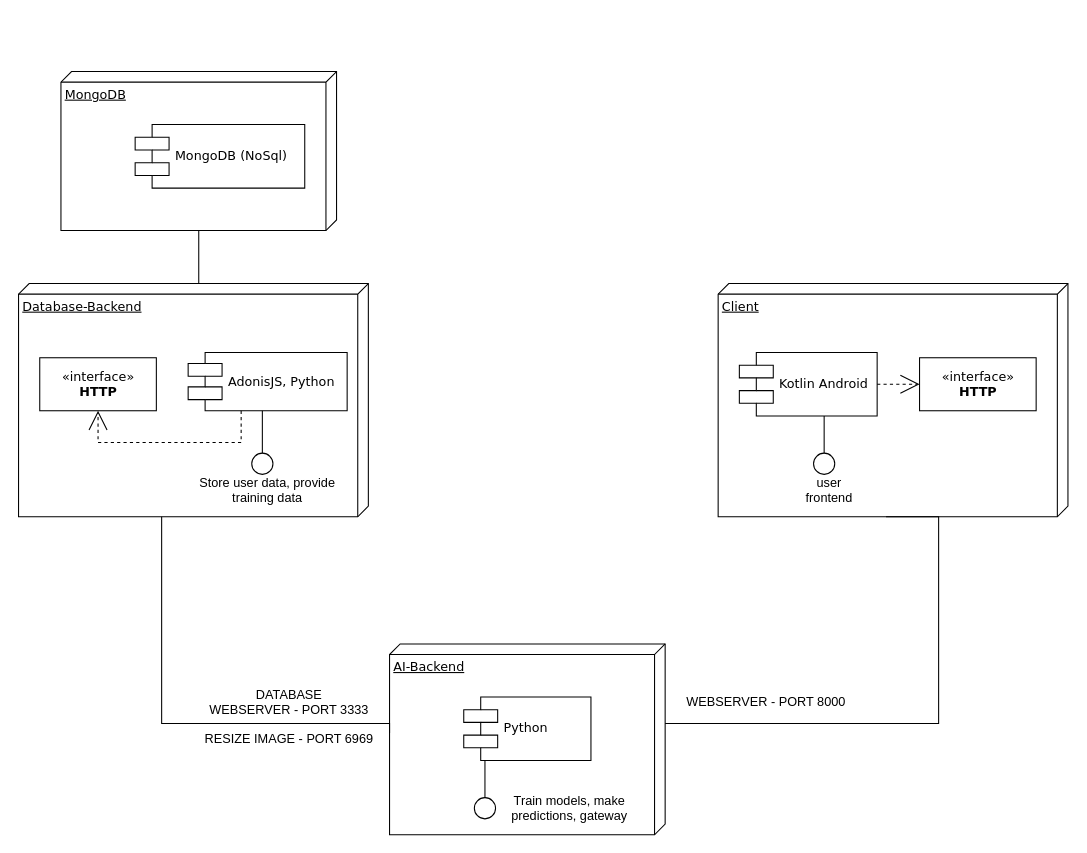
Before: documents/Diagramme/kompnentendiagramm.drawio in huthuthiddeli/DermaAI, a draw.io diagram. Source tidied: cells renumbered, new cells numbered last; positions are measured from the earlier drawing's top-left corner, leaving out a move shared by most shapes. Both pictures are drawn from the tidied source at 106%, with x=0, y=0 at pixel (18, 71).
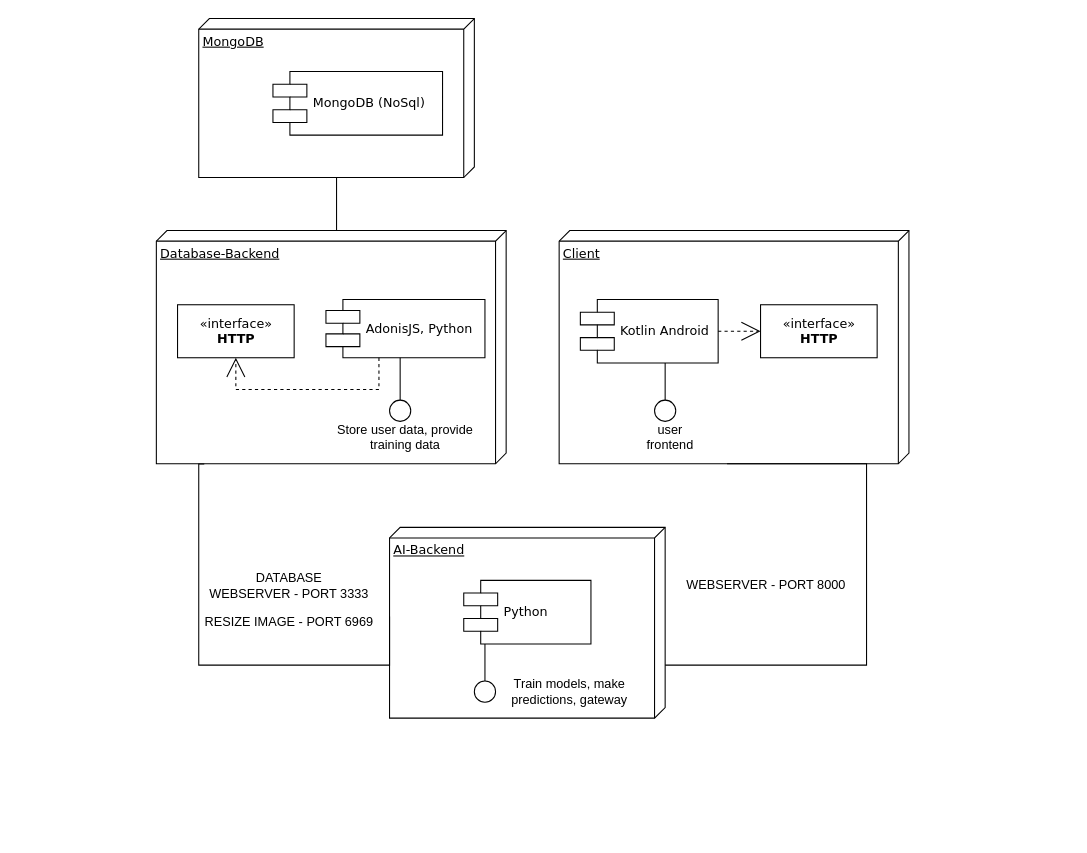
Above is the later version.

What changed in the source:
```diff
@@
     <mxCell id="2" value="Database-Backend" style="verticalAlign=top;align=left;spacingTop=8;spacingLeft=2;spacingRight=12;shape=cube;size=10;direction=south;fontStyle=4;html=1;rounded=0;shadow=0;comic=0;labelBackgroundColor=none;strokeWidth=1;fontFamily=Verdana;fontSize=12;" parent="1" vertex="1">
-      <mxGeometry y="200" width="330" height="220" as="geometry" />
+      <mxGeometry x="130" y="150" width="330" height="220" as="geometry" />
     </mxCell>
     <mxCell id="3" value="Client" style="verticalAlign=top;align=left;spacingTop=8;spacingLeft=2;spacingRight=12;shape=cube;size=10;direction=south;fontStyle=4;html=1;rounded=0;shadow=0;comic=0;labelBackgroundColor=none;strokeWidth=1;fontFamily=Verdana;fontSize=12;" parent="1" vertex="1">
-      <mxGeometry x="660" y="200" width="330" height="220" as="geometry" />
+      <mxGeometry x="510" y="150" width="330" height="220" as="geometry" />
     </mxCell>
     <mxCell id="4" value="AI-Backend" style="verticalAlign=top;align=left;spacingTop=8;spacingLeft=2;spacingRight=12;shape=cube;size=10;direction=south;fontStyle=4;html=1;rounded=0;shadow=0;comic=0;labelBackgroundColor=none;strokeWidth=1;fontFamily=Verdana;fontSize=12;" parent="1" vertex="1">
-      <mxGeometry x="350" y="540" width="260" height="180" as="geometry" />
+      <mxGeometry x="350" y="430" width="260" height="180" as="geometry" />
     </mxCell>
     <mxCell id="5" value="«interface»&lt;br&gt;&lt;b&gt;HTTP&lt;/b&gt;" style="html=1;rounded=0;shadow=0;comic=0;labelBackgroundColor=none;strokeWidth=1;fontFamily=Verdana;fontSize=12;align=center;" parent="1" vertex="1">
-      <mxGeometry x="20" y="270" width="110" height="50" as="geometry" />
+      <mxGeometry x="150" y="220" width="110" height="50" as="geometry" />
     </mxCell>
     <mxCell id="6" value="AdonisJS, Python" style="shape=component;align=left;spacingLeft=36;rounded=0;shadow=0;comic=0;labelBackgroundColor=none;strokeWidth=1;fontFamily=Verdana;fontSize=12;html=1;" parent="1" vertex="1">
-      <mxGeometry x="160" y="265" width="150" height="55" as="geometry" />
+      <mxGeometry x="290" y="215" width="150" height="55" as="geometry" />
     </mxCell>
     <mxCell id="7" style="ellipse;whiteSpace=wrap;html=1;rounded=0;shadow=0;comic=0;labelBackgroundColor=none;strokeWidth=1;fontFamily=Verdana;fontSize=12;align=center;" parent="1" vertex="1">
-      <mxGeometry x="220" y="360" width="20" height="20" as="geometry" />
+      <mxGeometry x="350" y="310" width="20" height="20" as="geometry" />
     </mxCell>
     <mxCell id="8" value="Kotlin Android" style="shape=component;align=left;spacingLeft=36;rounded=0;shadow=0;comic=0;labelBackgroundColor=none;strokeWidth=1;fontFamily=Verdana;fontSize=12;html=1;" parent="1" vertex="1">
-      <mxGeometry x="680" y="265" width="130" height="60" as="geometry" />
+      <mxGeometry x="530" y="215" width="130" height="60" as="geometry" />
     </mxCell>
     <mxCell id="9" value="«interface»&lt;br&gt;&lt;b&gt;HTTP&lt;/b&gt;" style="html=1;rounded=0;shadow=0;comic=0;labelBackgroundColor=none;strokeWidth=1;fontFamily=Verdana;fontSize=12;align=center;" parent="1" vertex="1">
-      <mxGeometry x="850" y="270" width="110" height="50" as="geometry" />
+      <mxGeometry x="700" y="220" width="110" height="50" as="geometry" />
     </mxCell>
     <mxCell id="10" style="ellipse;whiteSpace=wrap;html=1;rounded=0;shadow=0;comic=0;labelBackgroundColor=none;strokeWidth=1;fontFamily=Verdana;fontSize=12;align=center;" parent="1" vertex="1">
-      <mxGeometry x="750" y="360" width="20" height="20" as="geometry" />
+      <mxGeometry x="600" y="310" width="20" height="20" as="geometry" />
     </mxCell>
     <mxCell id="11" value="Python" style="shape=component;align=left;spacingLeft=36;rounded=0;shadow=0;comic=0;labelBackgroundColor=none;strokeWidth=1;fontFamily=Verdana;fontSize=12;html=1;" parent="1" vertex="1">
-      <mxGeometry x="420" y="590" width="120" height="60" as="geometry" />
+      <mxGeometry x="420" y="480" width="120" height="60" as="geometry" />
     </mxCell>
@@
     <mxCell id="14" style="edgeStyle=orthogonalEdgeStyle;rounded=0;html=1;labelBackgroundColor=none;startArrow=none;startFill=0;startSize=8;endArrow=open;endFill=0;endSize=16;fontFamily=Verdana;fontSize=12;dashed=1;" parent="1" edge="1" source="6" target="5">
       <mxGeometry relative="1" as="geometry">
         <Array as="points">
-          <mxPoint x="210" y="350" />
-          <mxPoint x="75" y="350" />
+          <mxPoint x="340" y="300" />
+          <mxPoint x="205" y="300" />
         </Array>
       </mxGeometry>
     </mxCell>
@@
     <mxCell id="16" style="edgeStyle=orthogonalEdgeStyle;rounded=0;html=1;labelBackgroundColor=none;startArrow=none;startFill=0;startSize=8;endArrow=none;endFill=0;endSize=16;fontFamily=Verdana;fontSize=12;entryX=1;entryY=0.52;entryDx=0;entryDy=0;entryPerimeter=0;" parent="1" edge="1" source="4" target="3">
       <mxGeometry relative="1" as="geometry">
         <Array as="points">
-          <mxPoint x="868" y="615" />
-          <mxPoint x="868" y="430" />
-          <mxPoint x="868" y="430" />
+          <mxPoint x="800" y="560" />
+          <mxPoint x="800" y="370" />
         </Array>
       </mxGeometry>
     </mxCell>
-    <mxCell id="17" style="edgeStyle=orthogonalEdgeStyle;rounded=0;html=1;labelBackgroundColor=none;startArrow=none;startFill=0;startSize=8;endArrow=none;endFill=0;endSize=16;fontFamily=Verdana;fontSize=12;exitX=0.467;exitY=1;exitDx=0;exitDy=0;exitPerimeter=0;" parent="1" edge="1" source="4">
+    <mxCell id="17" style="edgeStyle=orthogonalEdgeStyle;rounded=0;html=1;labelBackgroundColor=none;startArrow=none;startFill=0;startSize=8;endArrow=none;endFill=0;endSize=16;fontFamily=Verdana;fontSize=12;exitX=0.467;exitY=1;exitDx=0;exitDy=0;exitPerimeter=0;entryX=1.001;entryY=0.863;entryDx=0;entryDy=0;entryPerimeter=0;" parent="1" edge="1" source="4" target="2">
       <mxGeometry relative="1" as="geometry">
-        <mxPoint x="135" y="420" as="targetPoint" />
         <Array as="points">
-          <mxPoint x="350" y="615" />
-          <mxPoint x="135" y="615" />
+          <mxPoint x="350" y="560" />
+          <mxPoint x="170" y="560" />
+          <mxPoint x="170" y="370" />
         </Array>
       </mxGeometry>
     </mxCell>
     <mxCell id="18" value="RESIZE IMAGE - PORT 6969" style="text;html=1;align=center;verticalAlign=middle;strokeColor=none;fillColor=none;" parent="1" vertex="1">
-      <mxGeometry x="170" y="620" width="170" height="20" as="geometry" />
+      <mxGeometry x="170" y="510" width="170" height="20" as="geometry" />
     </mxCell>
     <mxCell id="19" value="DATABASE &lt;br&gt;WEBSERVER - PORT 3333" style="text;html=1;align=center;verticalAlign=middle;strokeColor=none;fillColor=none;" parent="1" vertex="1">
-      <mxGeometry x="170" y="580" width="170" height="30" as="geometry" />
+      <mxGeometry x="170" y="470" width="170" height="30" as="geometry" />
     </mxCell>
     <mxCell id="20" value="WEBSERVER - PORT 8000" style="text;html=1;align=center;verticalAlign=middle;strokeColor=none;fillColor=none;" parent="1" vertex="1">
-      <mxGeometry x="620" y="585" width="170" height="20" as="geometry" />
+      <mxGeometry x="620" y="475" width="170" height="20" as="geometry" />
     </mxCell>
     <mxCell id="21" value="Store user data, provide training data" style="text;html=1;align=center;verticalAlign=middle;whiteSpace=wrap;rounded=0;" parent="1" vertex="1">
-      <mxGeometry x="155" y="380" width="160" height="30" as="geometry" />
+      <mxGeometry x="285" y="330" width="160" height="30" as="geometry" />
     </mxCell>
     <mxCell id="22" value="user frontend" style="text;html=1;align=center;verticalAlign=middle;whiteSpace=wrap;rounded=0;" parent="1" vertex="1">
-      <mxGeometry x="730" y="380" width="70" height="30" as="geometry" />
+      <mxGeometry x="580" y="330" width="70" height="30" as="geometry" />
     </mxCell>
     <mxCell id="23" value="MongoDB" style="verticalAlign=top;align=left;spacingTop=8;spacingLeft=2;spacingRight=12;shape=cube;size=10;direction=south;fontStyle=4;html=1;rounded=0;shadow=0;comic=0;labelBackgroundColor=none;strokeWidth=1;fontFamily=Verdana;fontSize=12;" parent="1" vertex="1">
-      <mxGeometry x="40" width="260" height="150" as="geometry" />
+      <mxGeometry x="170" y="-50" width="260" height="150" as="geometry" />
     </mxCell>
     <mxCell id="24" value="MongoDB (NoSql)" style="shape=component;align=left;spacingLeft=36;rounded=0;shadow=0;comic=0;labelBackgroundColor=none;strokeWidth=1;fontFamily=Verdana;fontSize=12;html=1;" parent="1" vertex="1">
-      <mxGeometry x="110" y="50" width="160" height="60" as="geometry" />
+      <mxGeometry x="240" width="160" height="60" as="geometry" />
     </mxCell>
@@
     <mxCell id="26" style="ellipse;whiteSpace=wrap;html=1;rounded=0;shadow=0;comic=0;labelBackgroundColor=none;strokeWidth=1;fontFamily=Verdana;fontSize=12;align=center;" parent="1" vertex="1">
-      <mxGeometry x="430" y="685" width="20" height="20" as="geometry" />
+      <mxGeometry x="430" y="575" width="20" height="20" as="geometry" />
     </mxCell>
     <mxCell id="27" style="edgeStyle=elbowEdgeStyle;rounded=0;html=1;labelBackgroundColor=none;startArrow=none;startFill=0;startSize=8;endArrow=none;endFill=0;endSize=16;fontFamily=Verdana;fontSize=12;" parent="1" edge="1" source="26">
       <mxGeometry relative="1" as="geometry">
-        <mxPoint x="440" y="650" as="targetPoint" />
+        <mxPoint x="440" y="540" as="targetPoint" />
       </mxGeometry>
     </mxCell>
     <mxCell id="28" value="Train models, make predictions, gateway" style="text;html=1;align=center;verticalAlign=middle;whiteSpace=wrap;rounded=0;" parent="1" vertex="1">
-      <mxGeometry x="460" y="680" width="120" height="30" as="geometry" />
+      <mxGeometry x="460" y="570" width="120" height="30" as="geometry" />
     </mxCell>
```
